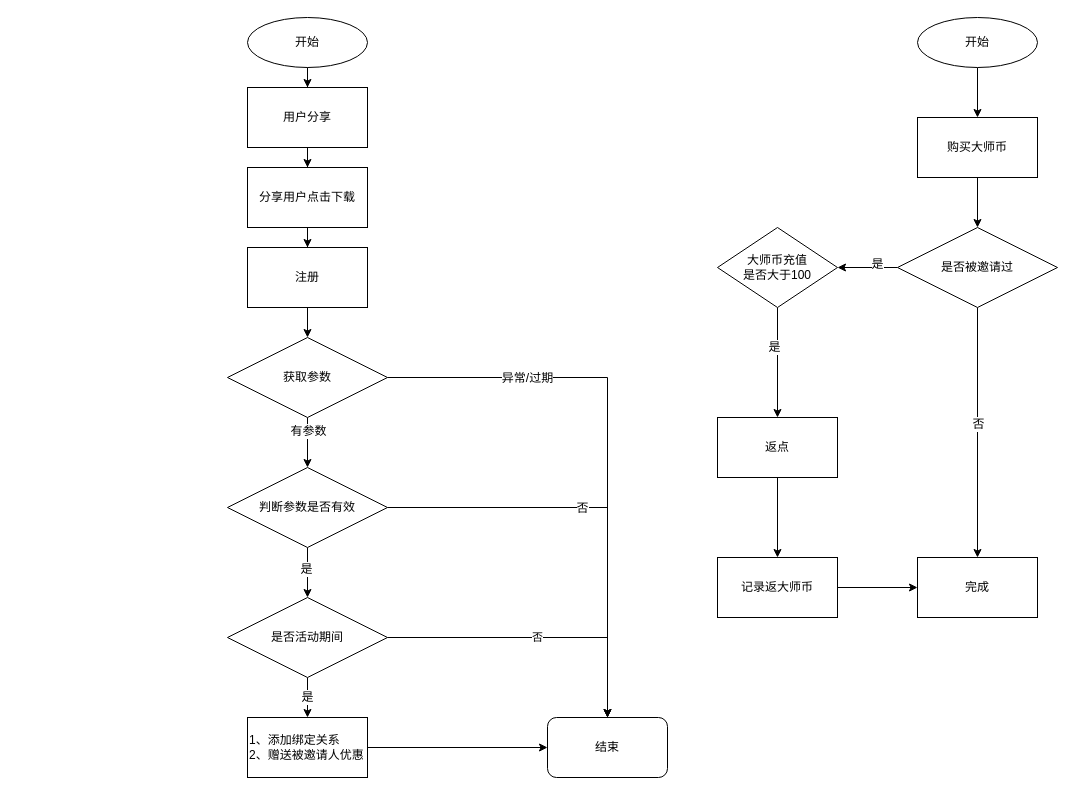
Earlier version of the draw.io diagram invite.drawio (5thgfka/count). Source tidied: cells renumbered, new cells numbered last; positions are measured from the earlier drawing's top-left corner, leaving out a move shared by most shapes. Both pictures are drawn from the tidied source at 100%, with x=0, y=0 at pixel (227, 17).
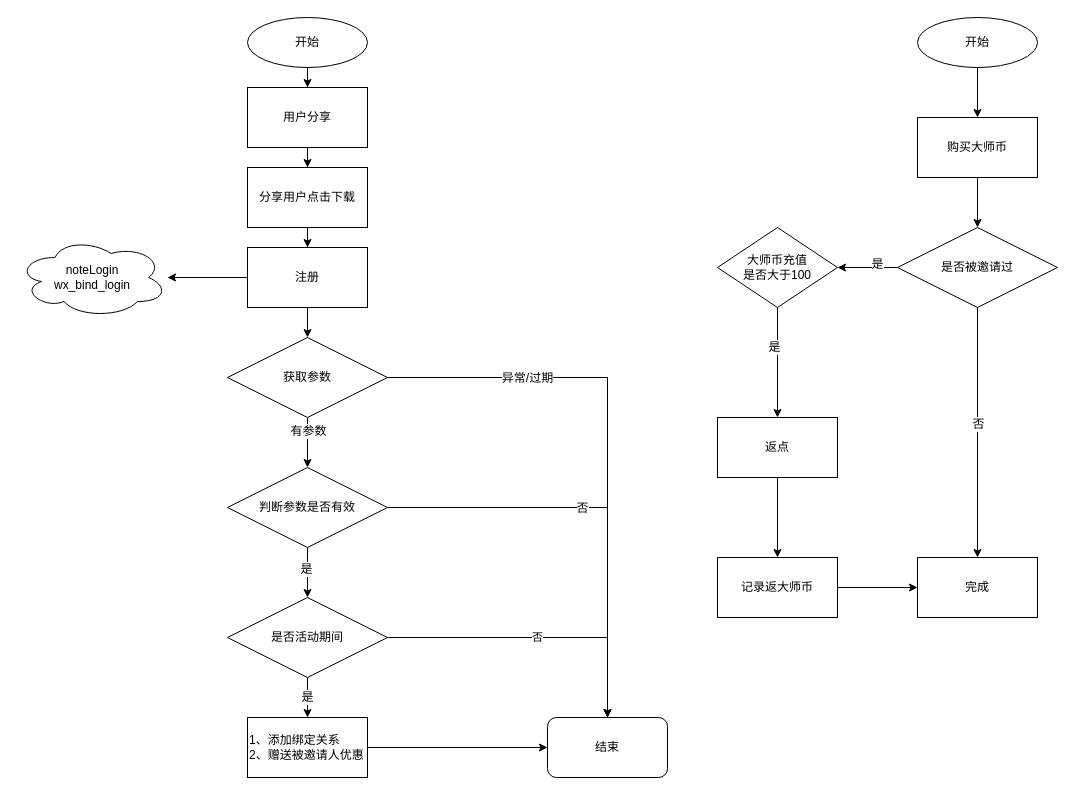
After the change.

The change refers to these unchanged cells:
```xml
<mxCell id="19" value="注册" style="rounded=0;whiteSpace=wrap;html=1;" parent="1" vertex="1">
  <mxGeometry x="20" y="230" width="120" height="60" as="geometry" />
</mxCell>
```

Change to the diagram source:
```diff
@@
+    <mxCell id="44" style="edgeStyle=orthogonalEdgeStyle;rounded=0;jettySize=auto;html=1;" parent="1" edge="1" source="19" target="45">
+      <mxGeometry relative="1" as="geometry" />
+    </mxCell>
@@
+    <mxCell id="45" value="noteLogin&lt;br&gt;wx_bind_login" style="ellipse;shape=cloud;whiteSpace=wrap;html=1;align=center;" parent="1" vertex="1">
+      <mxGeometry x="-210" y="220" width="150" height="80" as="geometry" />
+    </mxCell>
```
